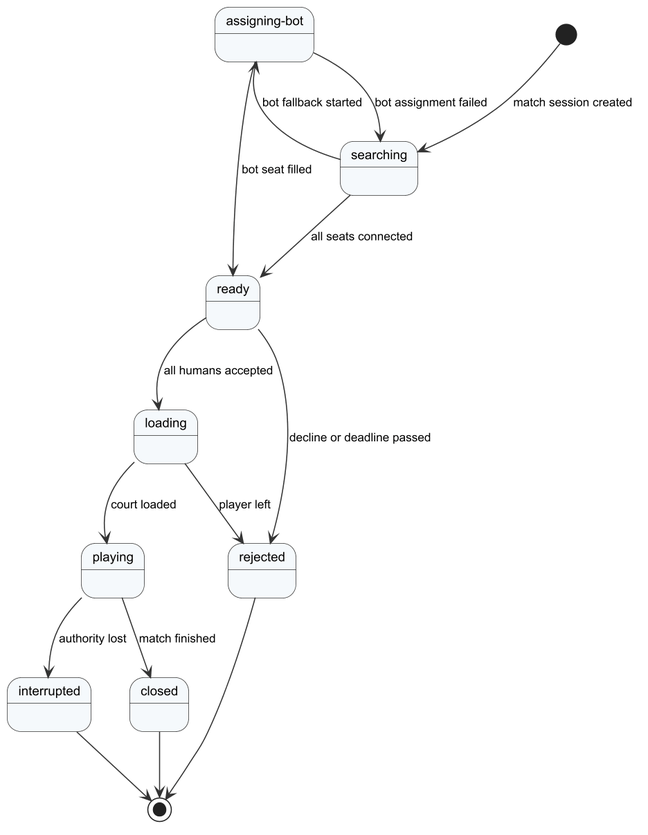
The PlantUML diagram Doc/Project_report/Report/diagrams/png/r4_sm_room.png in Tad-Min/PickleVerse, before a commit. Source of this version:
```plantuml
@startuml r4_sm_room
!include _style.iuml
state "assigning-bot" as assigning_bot
[*] --> searching : match session created
searching --> assigning_bot : bot fallback started
assigning_bot --> searching : bot assignment failed
assigning_bot --> ready : bot seat filled
searching --> ready : all seats connected
ready --> loading : all humans accepted
ready --> rejected : decline or deadline passed
loading --> playing : court loaded
loading --> rejected : player left
playing --> interrupted : authority lost
playing --> closed : match finished
rejected --> [*]
interrupted --> [*]
closed --> [*]
@enduml
```
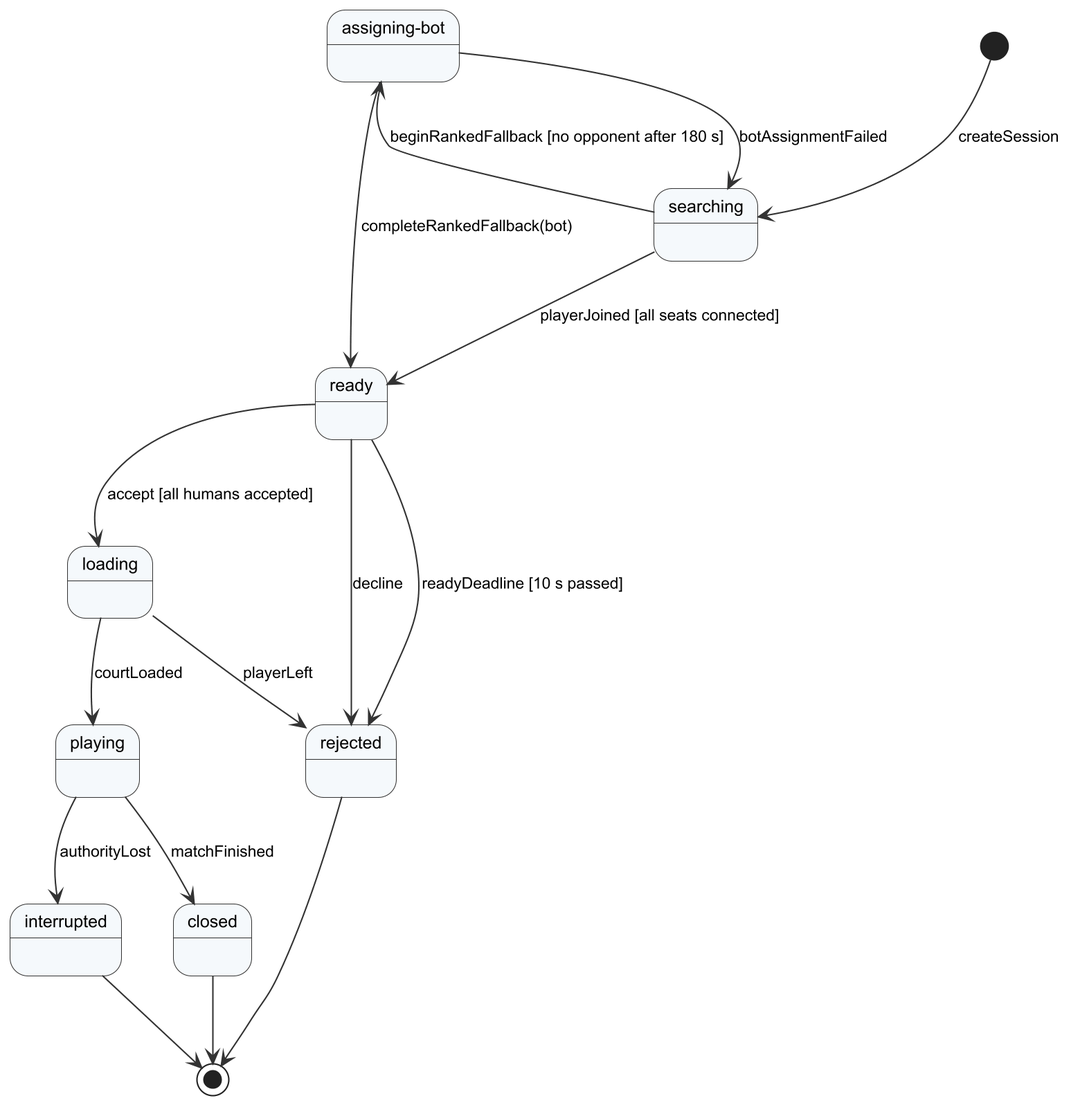
After the change.

What changed in the source:
```diff
@@ -1,17 +1,18 @@
 @startuml r4_sm_room
 !include _style.iuml
 state "assigning-bot" as assigning_bot
-[*] --> searching : match session created
-searching --> assigning_bot : bot fallback started
-assigning_bot --> searching : bot assignment failed
-assigning_bot --> ready : bot seat filled
-searching --> ready : all seats connected
-ready --> loading : all humans accepted
-ready --> rejected : decline or deadline passed
-loading --> playing : court loaded
-loading --> rejected : player left
-playing --> interrupted : authority lost
-playing --> closed : match finished
+[*] --> searching : createSession
+searching --> assigning_bot : beginRankedFallback [no opponent after 180 s]
+assigning_bot --> searching : botAssignmentFailed
+assigning_bot --> ready : completeRankedFallback(bot)
+searching --> ready : playerJoined [all seats connected]
+ready --> loading : accept [all humans accepted]
+ready --> rejected : decline
+ready --> rejected : readyDeadline [10 s passed]
+loading --> playing : courtLoaded
+loading --> rejected : playerLeft
+playing --> interrupted : authorityLost
+playing --> closed : matchFinished
 rejected --> [*]
 interrupted --> [*]
 closed --> [*]
```
